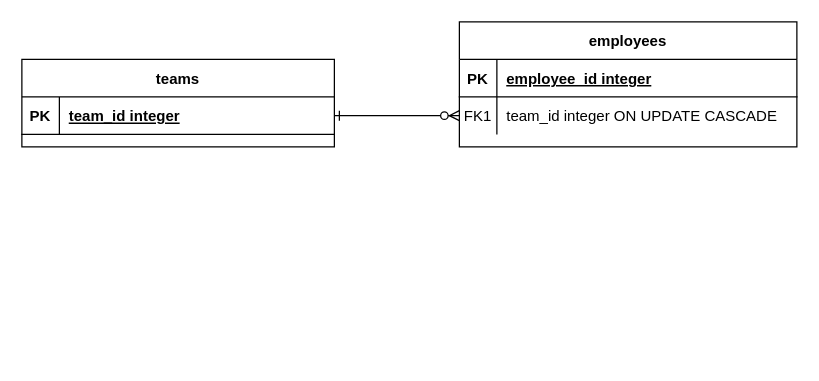
Earlier version of the draw.io diagram Restrict.drawio (mackchay/pg_FKtest). Source tidied: cells renumbered, new cells numbered last; positions are measured from the earlier drawing's top-left corner, leaving out a move shared by most shapes. Both pictures are drawn from the tidied source at 125%, with x=0, y=0 at pixel (21, 21).
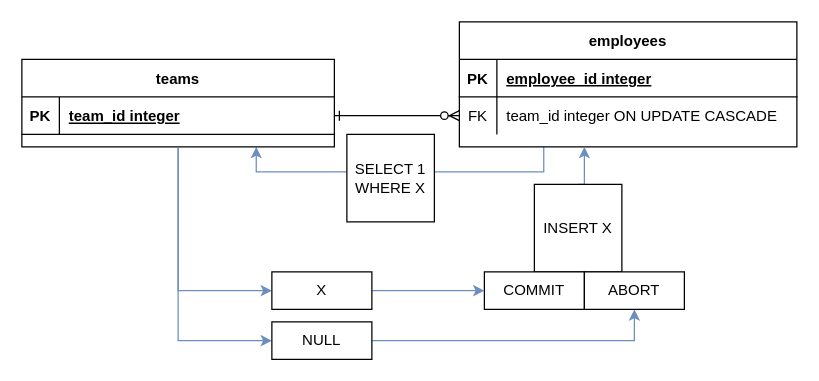
The same page after the edit.

Unchanged cells that the change refers to:
```xml
<mxCell id="3" value="employees" style="shape=table;startSize=30;childLayout=tableLayout;rowLines=0;fontStyle=1;align=center;" parent="1" vertex="1">
  <mxGeometry x="350" width="270" height="100" as="geometry" />
</mxCell>
<mxCell id="7" style="shape=partialRectangle;fillColor=none;points=[[0,0.5],[1,0.5]];portConstraint=eastwest;top=0;left=0;right=0;bottom=0;" parent="3" vertex="1">
  <mxGeometry y="60" width="270" height="30" as="geometry" />
</mxCell>
<mxCell id="10" value="teams" style="shape=table;startSize=30;childLayout=tableLayout;rowLines=0;fontStyle=1;align=center;" parent="1" vertex="1">
  <mxGeometry y="30" width="250" height="70" as="geometry" />
</mxCell>
```

Diff of the diagram source:
```diff
@@
+    <mxCell id="14" style="edgeStyle=orthogonalEdgeStyle;rounded=0;jettySize=auto;html=1;exitX=0.25;exitY=1;exitDx=0;exitDy=0;entryX=0.75;entryY=1;entryDx=0;entryDy=0;fillColor=#dae8fc;strokeColor=#6c8ebf;" parent="1" edge="1" source="3" target="10">
+      <mxGeometry relative="1" as="geometry" />
+    </mxCell>
@@
-    <mxCell id="8" value="FK1" style="shape=partialRectangle;overflow=hidden;fillColor=none;top=0;left=0;bottom=0;right=0;" parent="7" vertex="1">
+    <mxCell id="8" value="FK" style="shape=partialRectangle;overflow=hidden;fillColor=none;top=0;left=0;bottom=0;right=0;" parent="7" vertex="1">
       <mxGeometry width="30" height="30" as="geometry" />
     </mxCell>
@@
+    <mxCell id="15" style="edgeStyle=orthogonalEdgeStyle;rounded=0;jettySize=auto;html=1;exitX=0.5;exitY=1;exitDx=0;exitDy=0;entryX=0;entryY=0.5;entryDx=0;entryDy=0;fillColor=#dae8fc;strokeColor=#6c8ebf;" parent="1" edge="1" source="10" target="25">
+      <mxGeometry relative="1" as="geometry" />
+    </mxCell>
@@
+    <mxCell id="16" style="edgeStyle=orthogonalEdgeStyle;rounded=0;jettySize=auto;html=1;exitX=0.5;exitY=0;exitDx=0;exitDy=0;fillColor=#dae8fc;strokeColor=#6c8ebf;" parent="1" edge="1" source="17">
+      <mxGeometry relative="1" as="geometry">
+        <mxPoint x="450" y="100" as="targetPoint" />
+      </mxGeometry>
+    </mxCell>
+    <mxCell id="17" value="INSERT X" style="whiteSpace=wrap;html=1;" parent="1" vertex="1">
+      <mxGeometry x="410" y="130" width="70" height="70" as="geometry" />
+    </mxCell>
+    <mxCell id="18" value="SELECT 1&lt;div&gt;WHERE X&lt;/div&gt;" style="whiteSpace=wrap;html=1;" parent="1" vertex="1">
+      <mxGeometry x="260" y="90" width="70" height="70" as="geometry" />
+    </mxCell>
+    <mxCell id="19" value="COMMIT" style="rounded=0;whiteSpace=wrap;html=1;" parent="1" vertex="1">
+      <mxGeometry x="370" y="200" width="80" height="30" as="geometry" />
+    </mxCell>
+    <mxCell id="20" value="ABORT" style="rounded=0;whiteSpace=wrap;html=1;" parent="1" vertex="1">
+      <mxGeometry x="450" y="200" width="80" height="30" as="geometry" />
+    </mxCell>
+    <mxCell id="21" style="edgeStyle=orthogonalEdgeStyle;rounded=0;jettySize=auto;html=1;exitX=0.5;exitY=1;exitDx=0;exitDy=0;entryX=0;entryY=0.5;entryDx=0;entryDy=0;fillColor=#dae8fc;strokeColor=#6c8ebf;" parent="1" edge="1" source="10" target="23">
+      <mxGeometry relative="1" as="geometry" />
+    </mxCell>
+    <mxCell id="22" style="edgeStyle=orthogonalEdgeStyle;rounded=0;jettySize=auto;html=1;exitX=1;exitY=0.5;exitDx=0;exitDy=0;entryX=0;entryY=0.5;entryDx=0;entryDy=0;fillColor=#dae8fc;strokeColor=#6c8ebf;" parent="1" edge="1" source="23" target="19">
+      <mxGeometry relative="1" as="geometry" />
+    </mxCell>
+    <mxCell id="23" value="X" style="rounded=0;whiteSpace=wrap;html=1;" parent="1" vertex="1">
+      <mxGeometry x="200" y="200" width="80" height="30" as="geometry" />
+    </mxCell>
+    <mxCell id="24" style="edgeStyle=orthogonalEdgeStyle;rounded=0;jettySize=auto;html=1;exitX=1;exitY=0.5;exitDx=0;exitDy=0;entryX=0.5;entryY=1;entryDx=0;entryDy=0;fillColor=#dae8fc;strokeColor=#6c8ebf;" parent="1" edge="1" source="25" target="20">
+      <mxGeometry relative="1" as="geometry" />
+    </mxCell>
+    <mxCell id="25" value="NULL" style="rounded=0;whiteSpace=wrap;html=1;" parent="1" vertex="1">
+      <mxGeometry x="200" y="240" width="80" height="30" as="geometry" />
+    </mxCell>
```
